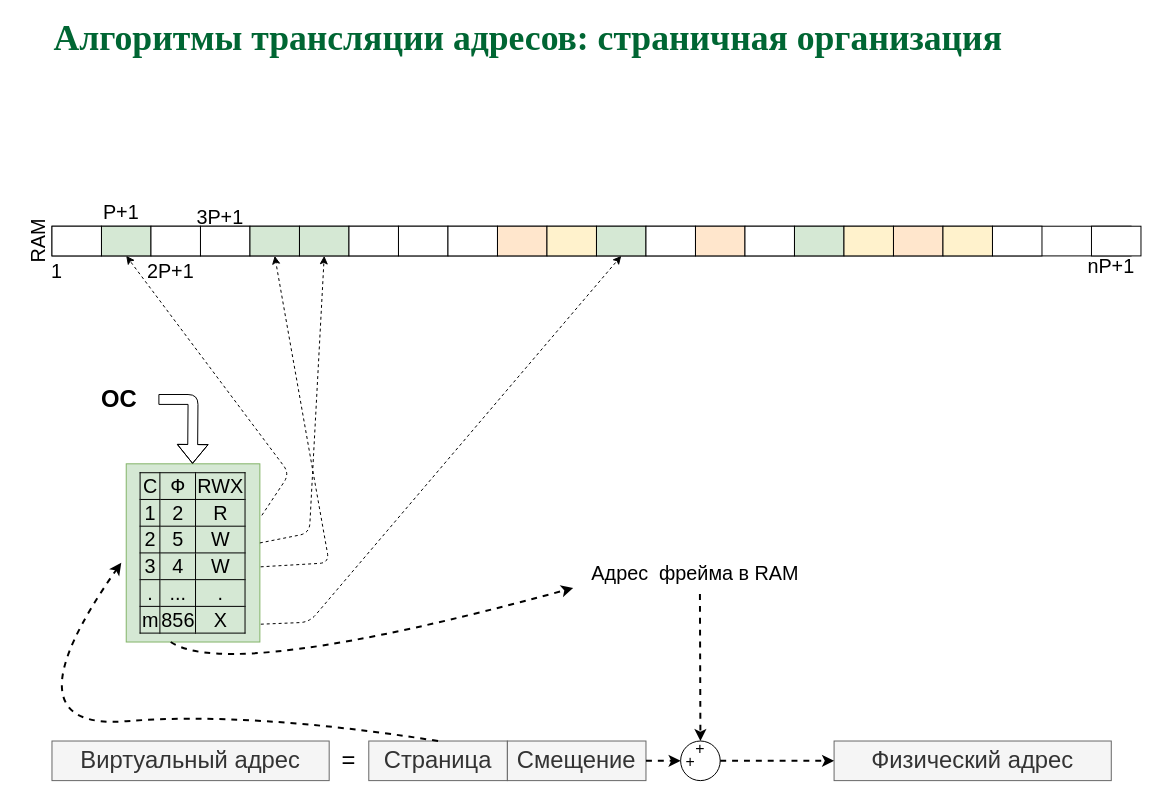
77maxikov/os_course keeps this draw.io diagram as page "P28" (32 of 46) of slides/memmgt.drawio. Above is the earlier version. Source tidied: cells renumbered, new cells numbered last; positions are measured from the earlier drawing's top-left corner, leaving out a move shared by most shapes. Both pictures are drawn from the tidied source at 99%, with x=0, y=0 at pixel (2, 28).
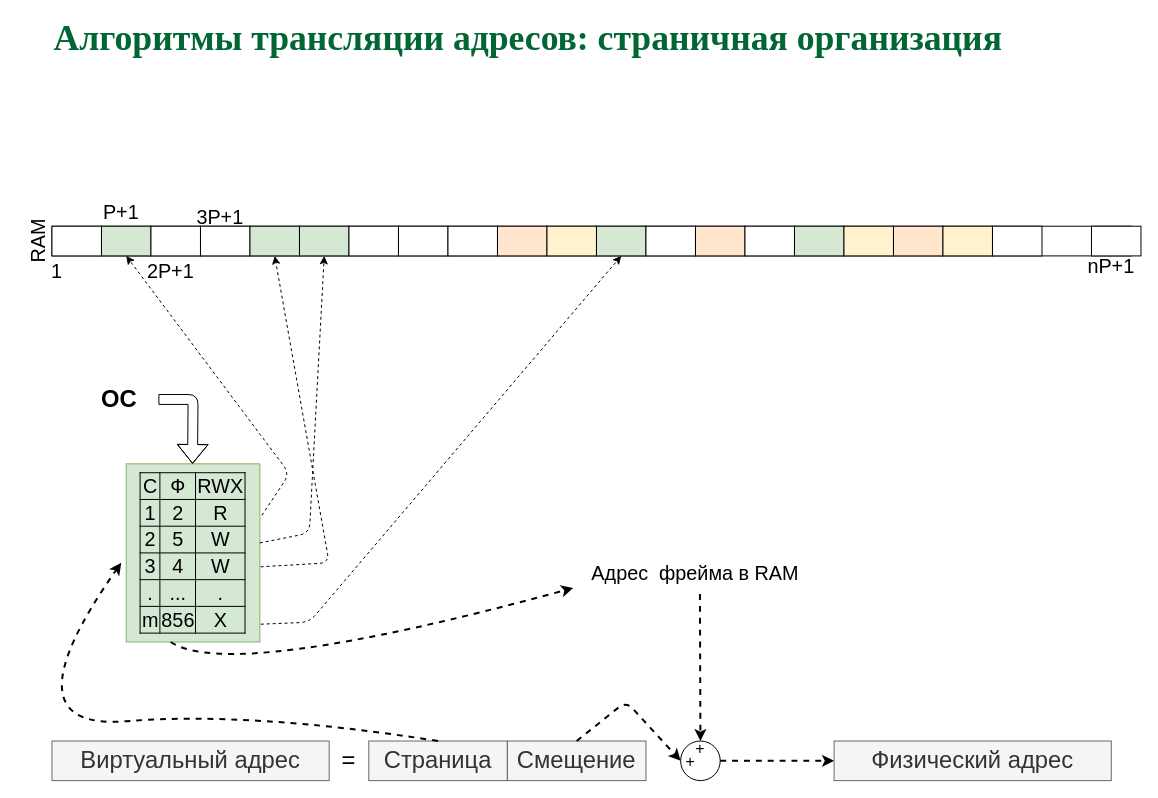
After the change.

The change refers to these unchanged cells:
```xml
<mxCell id="37" value="&lt;font style=&quot;font-size: 24px&quot;&gt;Смещение&lt;/font&gt;" style="text;html=1;strokeColor=#666666;fillColor=#f5f5f5;align=center;verticalAlign=middle;whiteSpace=wrap;rounded=0;fontColor=#333333;" parent="1" vertex="1">
  <mxGeometry x="510" y="720" width="140" height="40" as="geometry" />
</mxCell>
<mxCell id="44" style="ellipse;whiteSpace=wrap;html=1;strokeColor=#000000;fillColor=#FFFFFF;" parent="1" vertex="1">
  <mxGeometry x="685" y="720" width="40" height="40" as="geometry" />
</mxCell>
```

What changed in the source:
```diff
@@
-    <mxCell id="48" style="endArrow=classic;html=1;dashed=1;strokeWidth=2;exitX=1;exitY=0.5;exitDx=0;exitDy=0;entryX=0;entryY=0.5;entryDx=0;entryDy=0;" parent="1" edge="1" source="37" target="44">
-      <mxGeometry relative="1" as="geometry" />
+    <mxCell id="48" style="endArrow=classic;html=1;dashed=1;strokeWidth=2;entryX=0;entryY=0.5;entryDx=0;entryDy=0;exitX=0.5;exitY=0;exitDx=0;exitDy=0;" parent="1" edge="1" source="37" target="44">
+      <mxGeometry relative="1" as="geometry">
+        <Array as="points">
+          <mxPoint x="630" y="680" />
+        </Array>
+      </mxGeometry>
     </mxCell>
```
